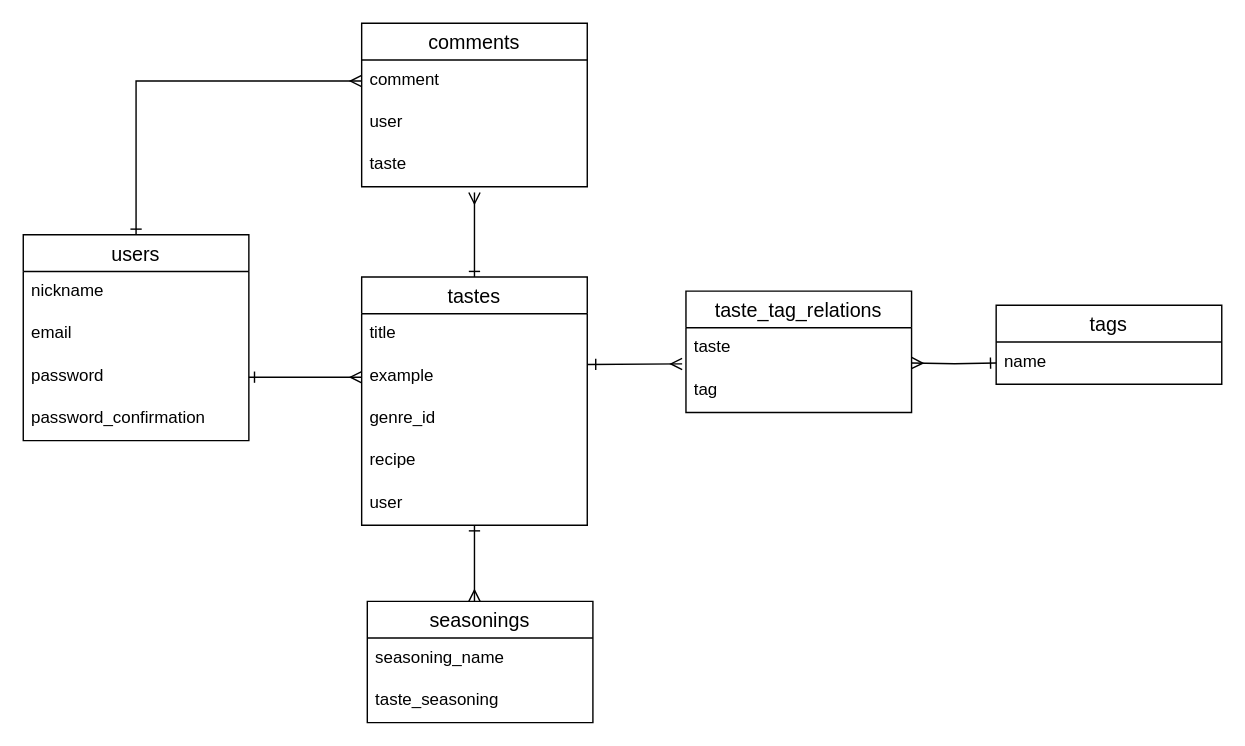
Above: page "ページ1" (1 of 2) of ER.dio in yumi-jpn/seasoning-creater (draw.io), before the change. Source tidied: cells renumbered, new cells numbered last; positions are measured from the earlier drawing's top-left corner, leaving out a move shared by most shapes. Both pictures are drawn from the tidied source at 141%, with x=0, y=0 at pixel (23, 23).
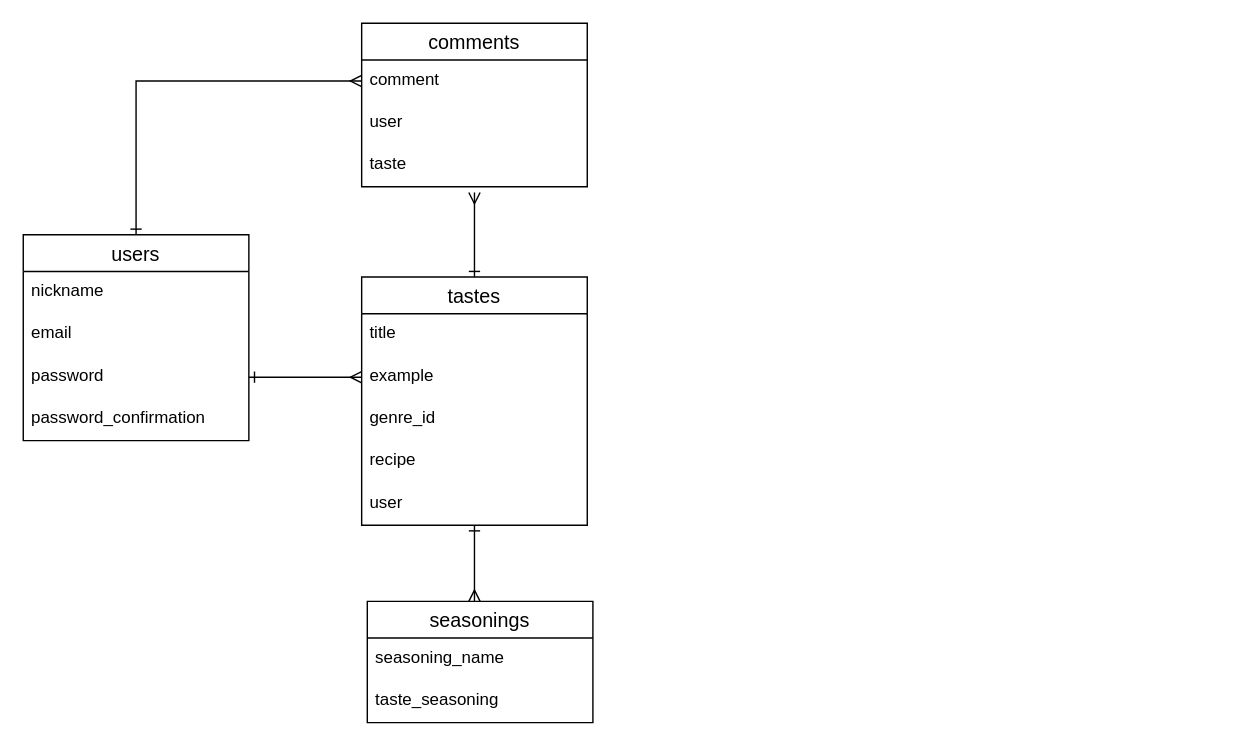
After the change.

The edit, as a diff of the source:
```diff
@@
-    <mxCell id="19" value="tags" style="swimlane;fontStyle=0;horizontal=1;startSize=26;align=center;fontSize=14;" parent="1" vertex="1">
-      <mxGeometry x="690" y="200" width="160" height="56" as="geometry" />
-    </mxCell>
-    <mxCell id="20" value="name" style="text;strokeColor=none;fillColor=none;spacingLeft=4;spacingRight=4;overflow=hidden;points=[[0,0.5],[1,0.5]];portConstraint=eastwest;fontSize=12;" parent="19" vertex="1">
-      <mxGeometry y="26" width="160" height="30" as="geometry" />
-    </mxCell>
@@
-    <mxCell id="25" value="taste_tag_relations" style="swimlane;fontStyle=0;horizontal=1;startSize=26;align=center;fontSize=14;" parent="1" vertex="1">
-      <mxGeometry x="470" y="190" width="160" height="86" as="geometry" />
-    </mxCell>
-    <mxCell id="26" value="taste" style="text;strokeColor=none;fillColor=none;spacingLeft=4;spacingRight=4;overflow=hidden;points=[[0,0.5],[1,0.5]];portConstraint=eastwest;fontSize=12;" parent="25" vertex="1">
-      <mxGeometry y="26" width="160" height="30" as="geometry" />
-    </mxCell>
-    <mxCell id="27" value="tag" style="text;strokeColor=none;fillColor=none;spacingLeft=4;spacingRight=4;overflow=hidden;fontSize=12;" parent="25" vertex="1">
-      <mxGeometry y="56" width="160" height="30" as="geometry" />
-    </mxCell>
@@
-    <mxCell id="29" style="edgeStyle=orthogonalEdgeStyle;rounded=0;jettySize=auto;html=1;entryX=-0.017;entryY=0.853;entryDx=0;entryDy=0;entryPerimeter=0;startArrow=ERone;startFill=0;endArrow=ERmany;endFill=0;" parent="1" edge="1" target="26">
-      <mxGeometry relative="1" as="geometry">
-        <mxPoint x="410" y="242" as="sourcePoint" />
-        <Array as="points">
-          <mxPoint x="400" y="242" />
-        </Array>
-      </mxGeometry>
-    </mxCell>
-    <mxCell id="30" style="edgeStyle=orthogonalEdgeStyle;rounded=0;jettySize=auto;html=1;startArrow=ERmany;startFill=0;endArrow=ERone;endFill=0;" parent="1" edge="1" target="20">
-      <mxGeometry relative="1" as="geometry">
-        <mxPoint x="630" y="241" as="sourcePoint" />
-      </mxGeometry>
-    </mxCell>
```
